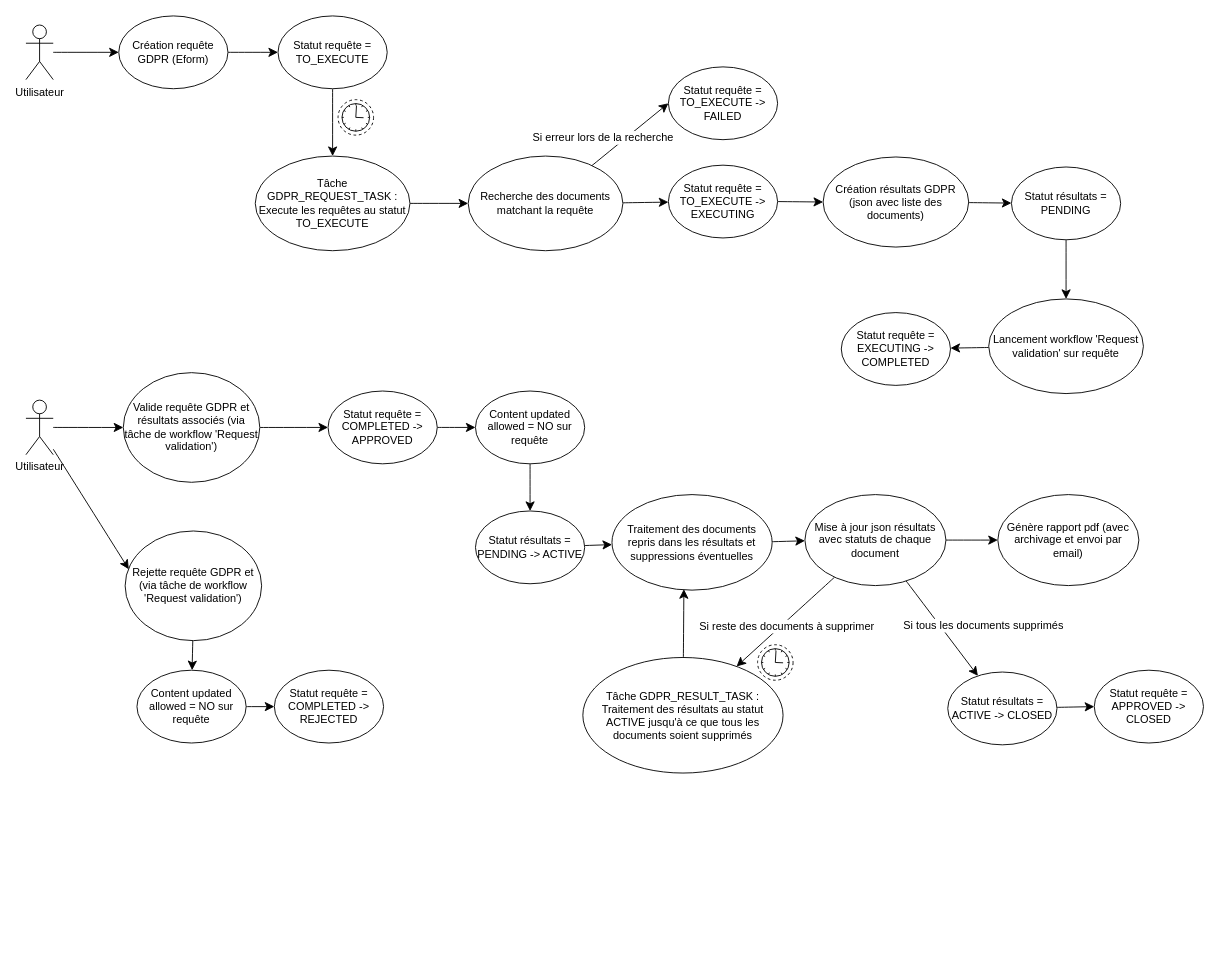
Above: gdpr-lifecycle.drawio in omasseau/drawio (draw.io), before the change. Source tidied: cells renumbered, new cells numbered last; positions are measured from the earlier drawing's top-left corner, leaving out a move shared by most shapes. Both pictures are drawn from the tidied source at 91%, with x=0, y=0 at pixel (25, 15).
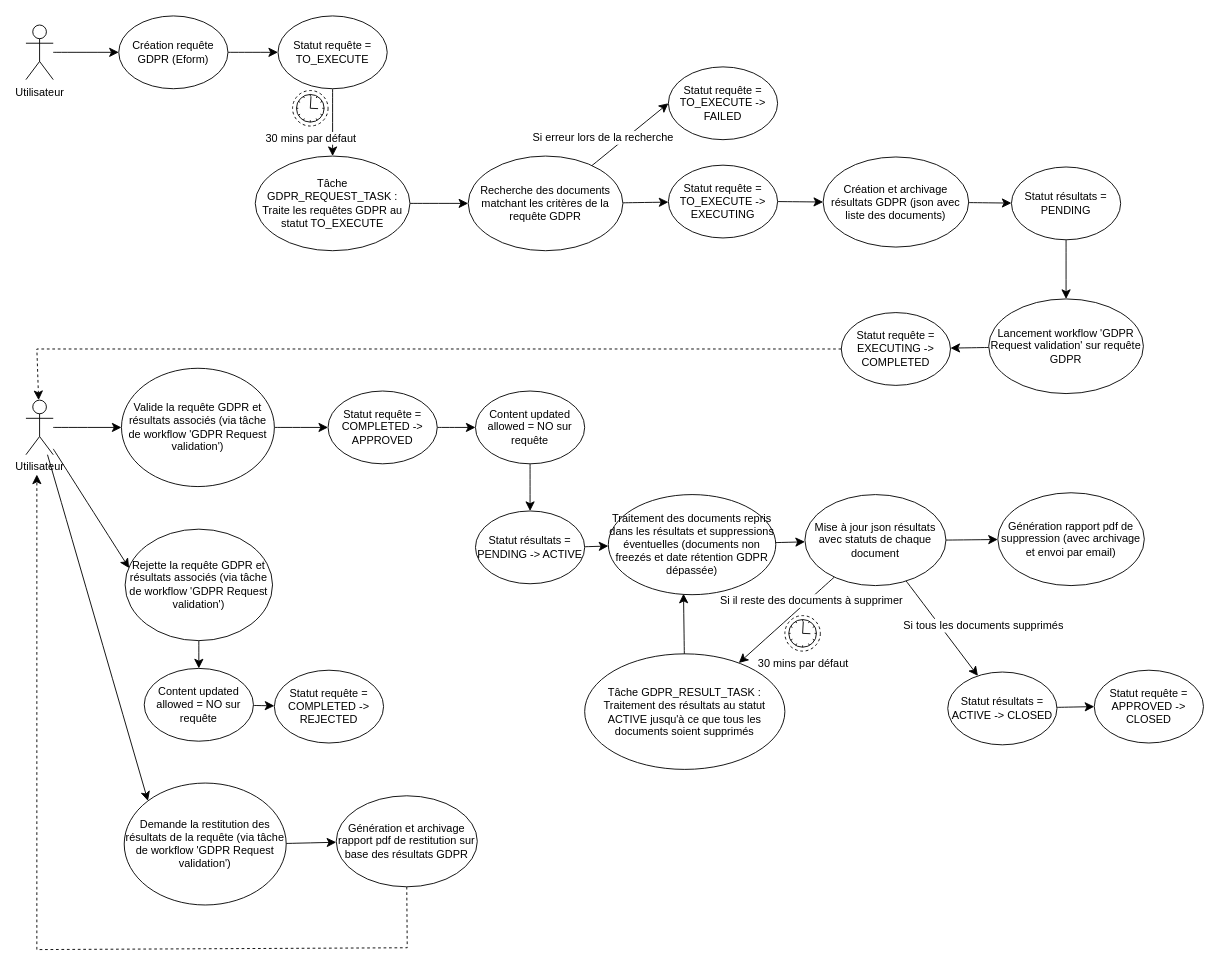
The same diagram, later.

Commit message:
Mettre à jour gdpr-lifecycle.drawio

The change refers to these unchanged cells:
```xml
<mxCell id="21" value="Statut requête = EXECUTING -&amp;gt; COMPLETED" style="ellipse;whiteSpace=wrap;html=1;" parent="1" vertex="1">
  <mxGeometry x="896" y="326" width="120" height="80" as="geometry" />
</mxCell>
<mxCell id="24" value="Utilisateur" style="shape=umlActor;verticalLabelPosition=bottom;verticalAlign=top;html=1;outlineConnect=0;" parent="1" vertex="1">
  <mxGeometry y="422.2" width="30" height="60" as="geometry" />
</mxCell>
<mxCell id="38" style="edgeStyle=none;curved=1;rounded=0;jettySize=auto;html=1;fontSize=12;startSize=8;endSize=8;" parent="1" edge="1" source="41" target="45">
  <mxGeometry relative="1" as="geometry" />
</mxCell>
```

What changed in the source:
```diff
@@
-    <mxCell id="7" value="Tâche GDPR_REQUEST_TASK : Execute les requêtes au statut TO_EXECUTE" style="ellipse;whiteSpace=wrap;html=1;" parent="1" vertex="1">
+    <mxCell id="7" value="Tâche GDPR_REQUEST_TASK : Traite les requêtes GDPR au statut TO_EXECUTE" style="ellipse;whiteSpace=wrap;html=1;" parent="1" vertex="1">
       <mxGeometry x="252" y="154" width="170" height="104" as="geometry" />
     </mxCell>
@@
-    <mxCell id="11" value="Recherche des documents matchant la requête" style="ellipse;whiteSpace=wrap;html=1;" parent="1" vertex="1">
+    <mxCell id="11" value="Recherche des documents matchant les critères de la requête GDPR" style="ellipse;whiteSpace=wrap;html=1;" parent="1" vertex="1">
       <mxGeometry x="486" y="154" width="170" height="104" as="geometry" />
     </mxCell>
@@
-    <mxCell id="16" value="Création résultats GDPR (json avec liste des documents)" style="ellipse;whiteSpace=wrap;html=1;" parent="1" vertex="1">
+    <mxCell id="16" value="Création et archivage résultats GDPR (json avec liste des documents)" style="ellipse;whiteSpace=wrap;html=1;" parent="1" vertex="1">
       <mxGeometry x="876" y="155" width="160" height="99" as="geometry" />
     </mxCell>
@@
-    <mxCell id="20" value="Lancement workflow 'Request validation' sur requête" style="ellipse;whiteSpace=wrap;html=1;" parent="1" vertex="1">
+    <mxCell id="20" value="Lancement workflow 'GDPR Request validation' sur requête GDPR" style="ellipse;whiteSpace=wrap;html=1;" parent="1" vertex="1">
       <mxGeometry x="1058" y="311" width="170" height="104" as="geometry" />
     </mxCell>
+    <mxCell id="56" style="edgeStyle=none;curved=0;rounded=0;jettySize=auto;html=1;fontSize=12;startSize=8;endSize=8;dashed=1;" parent="1" edge="1" source="21" target="24">
+      <mxGeometry relative="1" as="geometry">
+        <Array as="points">
+          <mxPoint x="12" y="366" />
+        </Array>
+      </mxGeometry>
+    </mxCell>
@@
-    <mxCell id="22" style="shape=mxgraph.bpmn.event;html=1;verticalLabelPosition=bottom;labelBackgroundColor=#ffffff;verticalAlign=top;align=center;perimeter=ellipsePerimeter;outline=eventNonint;symbol=timer;" parent="1" vertex="1">
-      <mxGeometry x="343" y="92" width="39" height="39" as="geometry" />
+    <mxCell id="22" value="30 mins par défaut" style="shape=mxgraph.bpmn.event;html=1;verticalLabelPosition=bottom;labelBackgroundColor=#ffffff;verticalAlign=top;align=center;perimeter=ellipsePerimeter;outline=eventNonint;symbol=timer;" parent="1" vertex="1">
+      <mxGeometry x="293" y="82" width="39" height="39" as="geometry" />
     </mxCell>
@@
-    <mxCell id="26" value="Valide requête GDPR et résultats associés (via tâche de workflow 'Request validation')" style="ellipse;whiteSpace=wrap;html=1;" parent="1" vertex="1">
-      <mxGeometry x="107" y="392" width="150" height="120.5" as="geometry" />
+    <mxCell id="26" value="Valide la requête GDPR et résultats associés (via tâche de workflow 'GDPR Request validation')" style="ellipse;whiteSpace=wrap;html=1;" parent="1" vertex="1">
+      <mxGeometry x="105" y="387.2" width="168" height="130" as="geometry" />
     </mxCell>
@@
-    <mxCell id="35" value="Traitement des documents repris dans les résultats et suppressions éventuelles" style="ellipse;whiteSpace=wrap;html=1;" parent="1" vertex="1">
-      <mxGeometry x="644" y="526" width="176" height="105" as="geometry" />
+    <mxCell id="35" value="Traitement des documents repris dans les résultats et suppressions éventuelles (documents non freezés et date rétention GDPR dépassée)" style="ellipse;whiteSpace=wrap;html=1;" parent="1" vertex="1">
+      <mxGeometry x="640" y="526" width="184" height="110" as="geometry" />
     </mxCell>
@@
-    <mxCell id="39" value="Si reste des documents à supprimer" style="edgeLabel;html=1;align=center;verticalAlign=middle;fontSize=12;" parent="38" vertex="1">
-      <mxGeometry x="0.05" y="4" relative="1" as="geometry" />
+    <mxCell id="39" value="Si il reste des documents à supprimer" style="edgeLabel;html=1;align=center;verticalAlign=middle;fontSize=12;" parent="38" vertex="1">
+      <mxGeometry x="0.05" y="4" relative="1" as="geometry">
+        <mxPoint x="26" y="-27" as="offset" />
+      </mxGeometry>
     </mxCell>
@@
     <mxCell id="45" value="Tâche GDPR_RESULT_TASK : Traitement des résultats au statut ACTIVE jusqu'à ce que tous les documents soient supprimés" style="ellipse;whiteSpace=wrap;html=1;" parent="1" vertex="1">
-      <mxGeometry x="612" y="705" width="220" height="127" as="geometry" />
+      <mxGeometry x="614" y="701" width="220" height="127" as="geometry" />
     </mxCell>
-    <mxCell id="46" style="shape=mxgraph.bpmn.event;html=1;verticalLabelPosition=bottom;labelBackgroundColor=#ffffff;verticalAlign=top;align=center;perimeter=ellipsePerimeter;outline=eventNonint;symbol=timer;" parent="1" vertex="1">
-      <mxGeometry x="804" y="691" width="39" height="39" as="geometry" />
+    <mxCell id="46" value="30 mins par défaut" style="shape=mxgraph.bpmn.event;html=1;verticalLabelPosition=bottom;labelBackgroundColor=#ffffff;verticalAlign=top;align=center;perimeter=ellipsePerimeter;outline=eventNonint;symbol=timer;" parent="1" vertex="1">
+      <mxGeometry x="834" y="659" width="39" height="39" as="geometry" />
     </mxCell>
@@
-    <mxCell id="50" value="Rejette requête GDPR et (via tâche de workflow 'Request validation')" style="ellipse;whiteSpace=wrap;html=1;" parent="1" vertex="1">
-      <mxGeometry x="109" y="566" width="150" height="120.5" as="geometry" />
+    <mxCell id="50" value="Rejette la requête GDPR et résultats associés (via tâche de workflow 'GDPR Request validation')" style="ellipse;whiteSpace=wrap;html=1;" parent="1" vertex="1">
+      <mxGeometry x="109" y="564" width="162" height="122.5" as="geometry" />
     </mxCell>
@@
     <mxCell id="53" value="Content updated allowed = NO sur requête" style="ellipse;whiteSpace=wrap;html=1;" parent="1" vertex="1">
-      <mxGeometry x="122" y="719" width="120" height="80" as="geometry" />
+      <mxGeometry x="130" y="717" width="120" height="80" as="geometry" />
     </mxCell>
@@
-    <mxCell id="55" value="Génère rapport pdf (avec archivage et envoi par email)" style="ellipse;whiteSpace=wrap;html=1;" parent="1" vertex="1">
-      <mxGeometry x="1068" y="526" width="155" height="100" as="geometry" />
+    <mxCell id="55" value="Génération rapport pdf de suppression (avec archivage et envoi par email)" style="ellipse;whiteSpace=wrap;html=1;" parent="1" vertex="1">
+      <mxGeometry x="1068" y="524" width="161" height="102" as="geometry" />
     </mxCell>
+    <mxCell id="57" style="edgeStyle=none;curved=1;rounded=0;jettySize=auto;html=1;fontSize=12;startSize=8;endSize=8;" parent="1" edge="1" source="58" target="61">
+      <mxGeometry relative="1" as="geometry" />
+    </mxCell>
+    <mxCell id="58" value="Demande la restitution des résultats de la requête (via tâche de workflow 'GDPR Request validation')" style="ellipse;whiteSpace=wrap;html=1;" parent="1" vertex="1">
+      <mxGeometry x="108" y="843" width="178" height="134" as="geometry" />
+    </mxCell>
+    <mxCell id="59" style="edgeStyle=none;curved=1;rounded=0;jettySize=auto;html=1;entryX=0;entryY=0;entryDx=0;entryDy=0;fontSize=12;startSize=8;endSize=8;" parent="1" edge="1" source="24" target="58">
+      <mxGeometry relative="1" as="geometry" />
+    </mxCell>
+    <mxCell id="60" style="edgeStyle=none;curved=0;rounded=0;jettySize=auto;html=1;fontSize=12;startSize=8;endSize=8;dashed=1;" parent="1" edge="1" source="61">
+      <mxGeometry relative="1" as="geometry">
+        <mxPoint x="12" y="504" as="targetPoint" />
+        <Array as="points">
+          <mxPoint x="419" y="1024" />
+          <mxPoint x="12" y="1026" />
+        </Array>
+      </mxGeometry>
+    </mxCell>
+    <mxCell id="61" value="Génération et archivage rapport pdf de restitution sur base des résultats GDPR" style="ellipse;whiteSpace=wrap;html=1;" parent="1" vertex="1">
+      <mxGeometry x="341" y="857" width="155" height="100" as="geometry" />
+    </mxCell>
```
